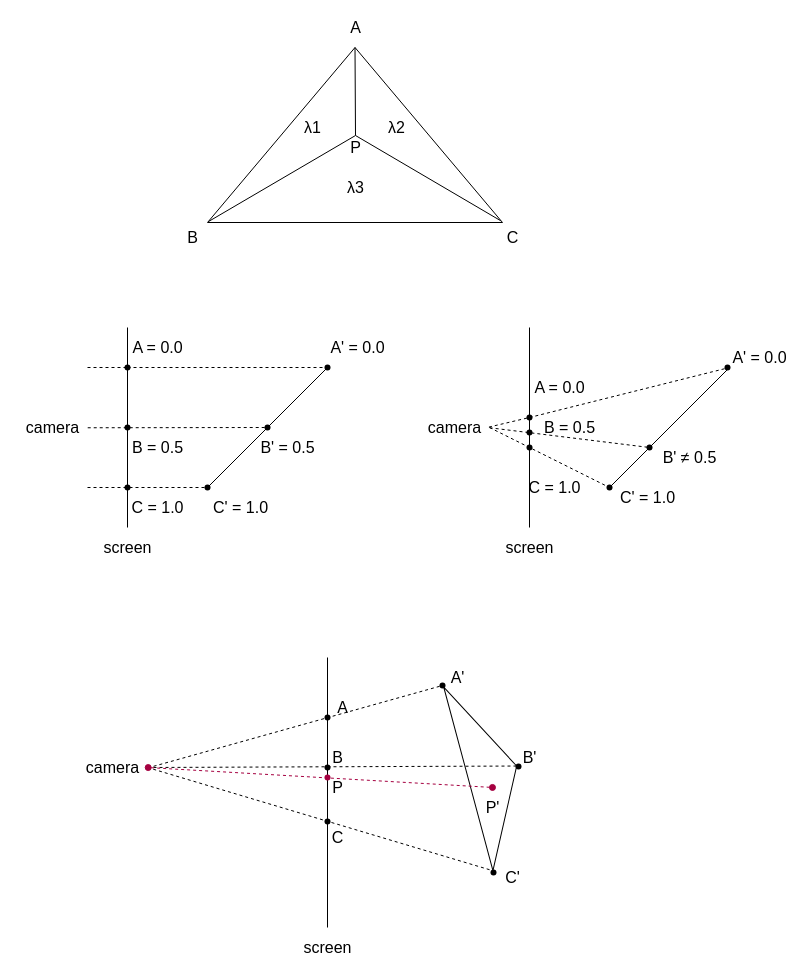
Earlier version of the draw.io diagram file/Render/Graphics/BarycentricInterpolation/BarycentricInterpolation.drawio (FallingXun/FallingXun.github.io). Source tidied: cells renumbered, new cells numbered last; positions are measured from the earlier drawing's top-left corner, leaving out a move shared by most shapes. Both pictures are drawn from the tidied source at 100%, with x=0, y=0 at pixel (17, -13).
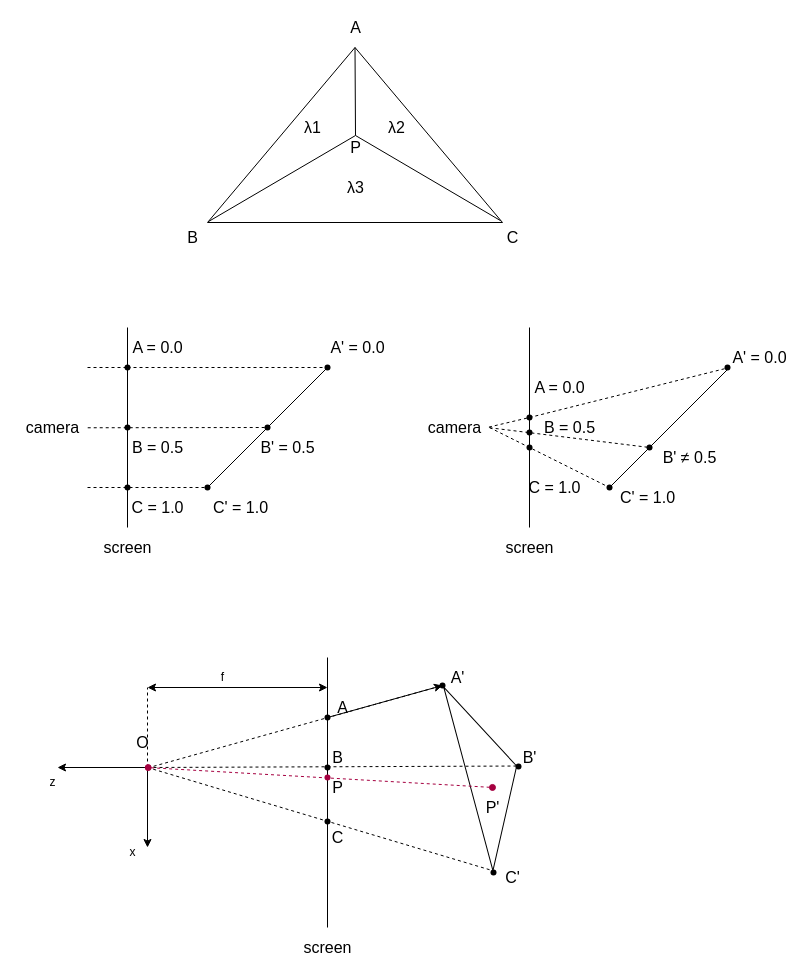
The same diagram, later.

Unchanged cells that the change refers to:
```xml
<mxCell id="42" style="triangle;whiteSpace=wrap;html=1;fontSize=16;fillColor=none;rotation=-15;" parent="1" vertex="1">
  <mxGeometry x="450" y="690" width="50" height="190" as="geometry" />
</mxCell>
<mxCell id="76" style="shape=waypoint;sketch=0;size=6;points=[];fillColor=none;perimeter=centerPerimeter;snapToPoint=1;fontSize=16;" parent="1" vertex="1">
  <mxGeometry x="290" y="710" width="40" height="40" as="geometry" />
</mxCell>
<mxCell id="82" style="shape=waypoint;sketch=0;size=6;points=[];fillColor=none;perimeter=centerPerimeter;snapToPoint=1;fontSize=16;" parent="1" vertex="1">
  <mxGeometry x="405" y="678" width="40" height="40" as="geometry" />
</mxCell>
```

What changed in the source:
```diff
@@
+    <mxCell id="83" style="endArrow=none;dashed=1;html=1;" parent="1" edge="1">
+      <mxGeometry relative="1" as="geometry">
+        <mxPoint x="130" y="780" as="sourcePoint" />
+        <mxPoint x="130" y="700" as="targetPoint" />
+      </mxGeometry>
+    </mxCell>
+    <mxCell id="84" style="endArrow=classic;html=1;" parent="1" edge="1">
+      <mxGeometry relative="1" as="geometry">
+        <mxPoint x="130" y="780" as="sourcePoint" />
+        <mxPoint x="130" y="860" as="targetPoint" />
+      </mxGeometry>
+    </mxCell>
+    <mxCell id="85" style="endArrow=classic;html=1;" parent="1" edge="1">
+      <mxGeometry relative="1" as="geometry">
+        <mxPoint x="130" y="780" as="sourcePoint" />
+        <mxPoint x="40" y="780" as="targetPoint" />
+      </mxGeometry>
+    </mxCell>
@@
-    <mxCell id="40" value="camera" style="text;html=1;align=center;verticalAlign=middle;points=[];fillColor=none;strokeColor=none;rounded=0;fontSize=16;" parent="1" vertex="1">
-      <mxGeometry x="60" y="770" width="70" height="20" as="geometry" />
-    </mxCell>
@@
-    <mxCell id="43" style="endArrow=none;dashed=1;html=1;fontSize=16;exitX=1.004;exitY=0.521;exitDx=0;exitDy=0;exitPerimeter=0;" parent="1" edge="1" source="40" target="82">
-      <mxGeometry relative="1" as="geometry" />
+    <mxCell id="43" style="endArrow=none;dashed=1;html=1;fontSize=16;exitX=1.004;exitY=0.521;exitDx=0;exitDy=0;exitPerimeter=0;" parent="1" edge="1" target="82">
+      <mxGeometry relative="1" as="geometry">
+        <mxPoint x="130.3" y="780.4" as="sourcePoint" />
+      </mxGeometry>
     </mxCell>
@@
-    <mxCell id="46" style="endArrow=oval;dashed=1;html=1;fontSize=16;entryX=0.422;entryY=0.576;entryDx=0;entryDy=0;entryPerimeter=0;fillColor=#d80073;strokeColor=#A50040;rounded=1;targetPerimeterSpacing=0;sourcePerimeterSpacing=0;endFill=1;startArrow=oval;startFill=1;exitX=1.01;exitY=0.503;exitDx=0;exitDy=0;exitPerimeter=0;" parent="1" edge="1" source="40" target="42">
-      <mxGeometry relative="1" as="geometry" />
+    <mxCell id="46" style="endArrow=oval;dashed=1;html=1;fontSize=16;entryX=0.422;entryY=0.576;entryDx=0;entryDy=0;entryPerimeter=0;fillColor=#d80073;strokeColor=#A50040;rounded=1;targetPerimeterSpacing=0;sourcePerimeterSpacing=0;endFill=1;startArrow=oval;startFill=1;exitX=1.01;exitY=0.503;exitDx=0;exitDy=0;exitPerimeter=0;" parent="1" edge="1" target="42">
+      <mxGeometry relative="1" as="geometry">
+        <mxPoint x="130.7" y="780.1" as="sourcePoint" />
+      </mxGeometry>
     </mxCell>
@@
+    <mxCell id="86" style="edgeStyle=none;html=1;" parent="1" edge="1" source="76" target="82">
+      <mxGeometry relative="1" as="geometry" />
+    </mxCell>
@@
+    <mxCell id="87" value="&lt;span style=&quot;font-size: 16px;&quot;&gt;O&lt;/span&gt;" style="text;html=1;align=center;verticalAlign=middle;strokeColor=none;fillColor=none;" parent="1" vertex="1">
+      <mxGeometry x="105" y="740" width="40" height="30" as="geometry" />
+    </mxCell>
+    <mxCell id="88" value="z" style="text;html=1;align=center;verticalAlign=middle;strokeColor=none;fillColor=none;" parent="1" vertex="1">
+      <mxGeometry x="20" y="780" width="30" height="30" as="geometry" />
+    </mxCell>
+    <mxCell id="89" value="x" style="text;html=1;align=center;verticalAlign=middle;strokeColor=none;fillColor=none;" parent="1" vertex="1">
+      <mxGeometry x="100" y="850" width="30" height="30" as="geometry" />
+    </mxCell>
+    <mxCell id="90" style="endArrow=classic;startArrow=classic;html=1;" parent="1" edge="1">
+      <mxGeometry relative="1" as="geometry">
+        <mxPoint x="130" y="700" as="sourcePoint" />
+        <mxPoint x="310" y="700" as="targetPoint" />
+      </mxGeometry>
+    </mxCell>
+    <mxCell id="91" value="f" style="text;html=1;align=center;verticalAlign=middle;strokeColor=none;fillColor=none;" parent="1" vertex="1">
+      <mxGeometry x="190" y="675" width="30" height="30" as="geometry" />
+    </mxCell>
```
